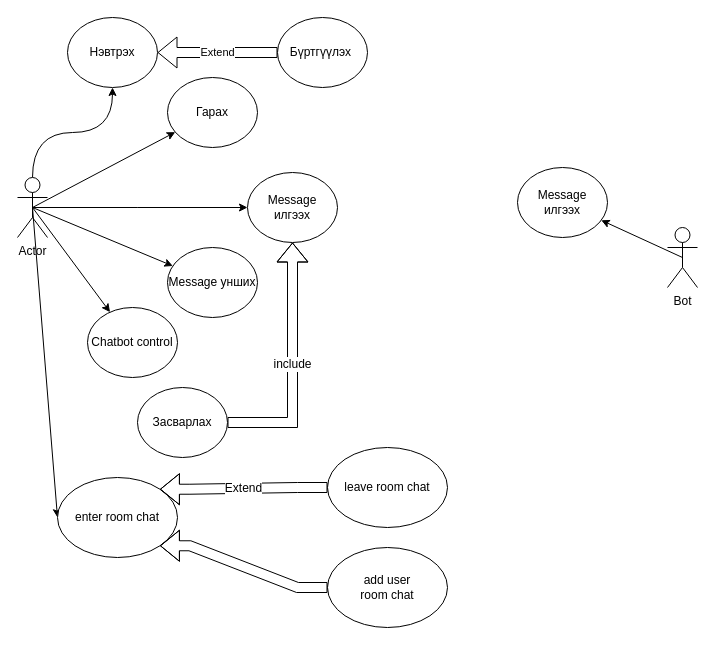
This is UseCase.drawio from 19b1num0915/mailService, a draw.io file, before an edit. Source tidied: cells renumbered, new cells numbered last; positions are measured from the earlier drawing's top-left corner, leaving out a move shared by most shapes. Both pictures are drawn from the tidied source at 100%, with x=0, y=0 at pixel (17, 17).
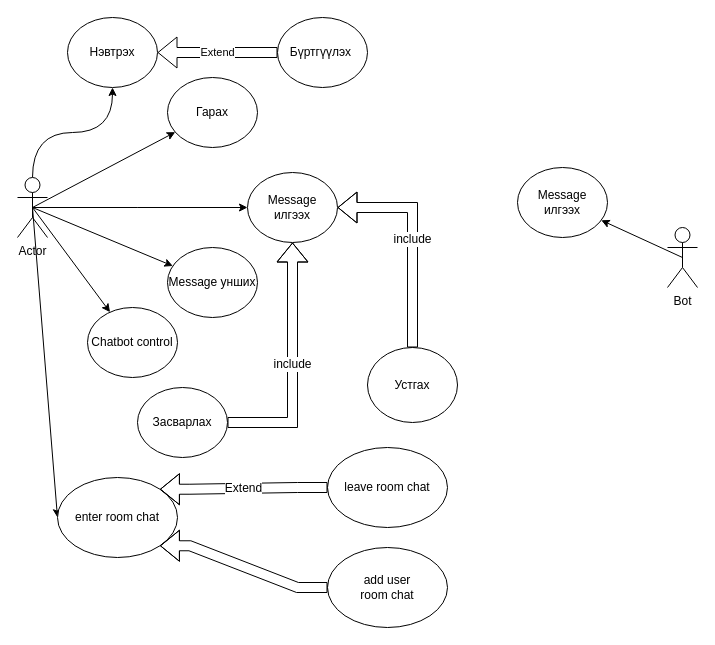
Above is the later version.

The change refers to these unchanged cells:
```xml
<mxCell id="14" value="Message илгээх" style="ellipse;whiteSpace=wrap;html=1;fontSize=12;" parent="1" vertex="1">
  <mxGeometry x="230" y="155" width="90" height="70" as="geometry" />
</mxCell>
```

What changed in the source:
```diff
@@
+    <mxCell id="26" value="Устгах" style="ellipse;whiteSpace=wrap;html=1;fontSize=12;" parent="1" vertex="1">
+      <mxGeometry x="350" y="330" width="90" height="75" as="geometry" />
+    </mxCell>
+    <mxCell id="27" value="include" style="shape=flexArrow;endArrow=classic;html=1;rounded=0;fontSize=12;entryX=1;entryY=0.5;entryDx=0;entryDy=0;edgeStyle=elbowEdgeStyle;" parent="1" edge="1" source="26" target="14">
+      <mxGeometry relative="1" as="geometry">
+        <Array as="points">
+          <mxPoint x="395" y="290" />
+          <mxPoint x="470" y="300" />
+        </Array>
+      </mxGeometry>
+    </mxCell>
```
